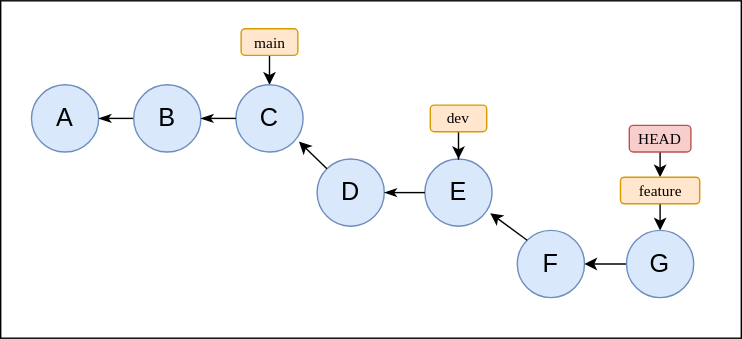
Earlier version of the draw.io export public/diagrams/git-branch-basic.svg (datkumar/code-journal). Source tidied: cells renumbered, new cells last; positions are measured from the earlier drawing's top-left corner, leaving out a move shared by most shapes. The source it was exported from:
```xml
<mxGraphModel>
  <root>
    <mxCell id="0" />
    <mxCell id="1" parent="0" />
    <mxCell id="2" style="rounded=0;whiteSpace=wrap;html=1;fillStyle=solid;fillColor=light-dark(#FFFFFF,#FFFFFF);" parent="1" vertex="1">
      <mxGeometry width="529" height="241" as="geometry" />
    </mxCell>
    <mxCell id="3" value="A" style="ellipse;whiteSpace=wrap;html=1;fillColor=#dae8fc;strokeColor=#6c8ebf;fontSize=18;" parent="1" vertex="1">
      <mxGeometry x="22" y="60" width="48" height="48" as="geometry" />
    </mxCell>
    <mxCell id="4" style="endArrow=classicThin;html=1;rounded=0;exitX=0;exitY=0.5;exitDx=0;exitDy=0;entryX=1;entryY=0.5;entryDx=0;entryDy=0;endFill=1;" parent="1" edge="1" source="11" target="3">
      <mxGeometry relative="1" as="geometry" />
    </mxCell>
    <mxCell id="5" style="edgeStyle=orthogonalEdgeStyle;rounded=0;jettySize=auto;html=1;exitX=0.5;exitY=1;exitDx=0;exitDy=0;entryX=0.5;entryY=0;entryDx=0;entryDy=0;" parent="1" edge="1" source="6" target="10">
      <mxGeometry relative="1" as="geometry" />
    </mxCell>
    <mxCell id="6" value="&lt;font&gt;HEAD&lt;/font&gt;" style="rounded=1;whiteSpace=wrap;html=1;fillColor=#f8cecc;strokeColor=#b85450;fontFamily=Fira Code;fontSize=11;align=center;verticalAlign=middle;" parent="1" vertex="1">
      <mxGeometry x="449" y="89" width="44" height="19" as="geometry" />
    </mxCell>
    <mxCell id="7" style="edgeStyle=orthogonalEdgeStyle;rounded=0;jettySize=auto;html=1;exitX=0.5;exitY=1;exitDx=0;exitDy=0;" parent="1" edge="1" source="8" target="12">
      <mxGeometry relative="1" as="geometry" />
    </mxCell>
    <mxCell id="8" value="&lt;font&gt;main&lt;/font&gt;" style="rounded=1;whiteSpace=wrap;html=1;fillColor=#ffe6cc;strokeColor=#d79b00;fontFamily=Fira Code;fontSize=11;align=center;verticalAlign=middle;" parent="1" vertex="1">
      <mxGeometry x="171.8" y="20" width="40.5" height="19" as="geometry" />
    </mxCell>
    <mxCell id="9" style="edgeStyle=orthogonalEdgeStyle;rounded=0;jettySize=auto;html=1;exitX=0.5;exitY=1;exitDx=0;exitDy=0;entryX=0.5;entryY=0;entryDx=0;entryDy=0;" parent="1" edge="1" source="10" target="22">
      <mxGeometry relative="1" as="geometry" />
    </mxCell>
    <mxCell id="10" value="&lt;font&gt;feature&lt;/font&gt;" style="rounded=1;whiteSpace=wrap;html=1;fillColor=#ffe6cc;strokeColor=#d79b00;fontFamily=Fira Code;fontSize=11;align=center;verticalAlign=middle;" parent="1" vertex="1">
      <mxGeometry x="442.7" y="126" width="56.6" height="19" as="geometry" />
    </mxCell>
    <mxCell id="11" value="B" style="ellipse;whiteSpace=wrap;html=1;fillColor=#dae8fc;strokeColor=#6c8ebf;fontSize=18;" parent="1" vertex="1">
      <mxGeometry x="95" y="60" width="48" height="48" as="geometry" />
    </mxCell>
    <mxCell id="12" value="C" style="ellipse;whiteSpace=wrap;html=1;fillColor=#dae8fc;strokeColor=#6c8ebf;fontSize=18;" parent="1" vertex="1">
      <mxGeometry x="168" y="60" width="48" height="48" as="geometry" />
    </mxCell>
    <mxCell id="13" style="endArrow=classicThin;html=1;rounded=0;exitX=0;exitY=0.5;exitDx=0;exitDy=0;entryX=1;entryY=0.5;entryDx=0;entryDy=0;endFill=1;" parent="1" edge="1" source="12" target="11">
      <mxGeometry relative="1" as="geometry" />
    </mxCell>
    <mxCell id="14" value="D" style="ellipse;whiteSpace=wrap;html=1;fillColor=#dae8fc;strokeColor=#6c8ebf;fontSize=18;" parent="1" vertex="1">
      <mxGeometry x="226" y="113" width="48" height="48" as="geometry" />
    </mxCell>
    <mxCell id="15" value="E" style="ellipse;whiteSpace=wrap;html=1;fillColor=#dae8fc;strokeColor=#6c8ebf;fontSize=18;" parent="1" vertex="1">
      <mxGeometry x="303" y="113" width="48" height="48" as="geometry" />
    </mxCell>
    <mxCell id="16" style="endArrow=classicThin;html=1;rounded=0;exitX=0;exitY=0.5;exitDx=0;exitDy=0;entryX=1;entryY=0.5;entryDx=0;entryDy=0;endFill=1;" parent="1" edge="1" source="15" target="14">
      <mxGeometry relative="1" as="geometry" />
    </mxCell>
    <mxCell id="17" style="rounded=0;jettySize=auto;html=1;exitX=0;exitY=0;exitDx=0;exitDy=0;entryX=0.938;entryY=0.844;entryDx=0;entryDy=0;entryPerimeter=0;" parent="1" edge="1" source="14" target="12">
      <mxGeometry relative="1" as="geometry" />
    </mxCell>
    <mxCell id="18" style="edgeStyle=orthogonalEdgeStyle;rounded=0;jettySize=auto;html=1;exitX=0.5;exitY=1;exitDx=0;exitDy=0;" parent="1" edge="1" source="19" target="15">
      <mxGeometry relative="1" as="geometry" />
    </mxCell>
    <mxCell id="19" value="&lt;font&gt;dev&lt;/font&gt;" style="rounded=1;whiteSpace=wrap;html=1;fillColor=#ffe6cc;strokeColor=#d79b00;fontFamily=Fira Code;fontSize=11;align=center;verticalAlign=middle;" parent="1" vertex="1">
      <mxGeometry x="306.8" y="74.5" width="40.3" height="19" as="geometry" />
    </mxCell>
    <mxCell id="20" value="F" style="ellipse;whiteSpace=wrap;html=1;fillColor=#dae8fc;strokeColor=#6c8ebf;fontSize=18;" parent="1" vertex="1">
      <mxGeometry x="369" y="164" width="48" height="48" as="geometry" />
    </mxCell>
    <mxCell id="21" style="rounded=0;jettySize=auto;html=1;exitX=0;exitY=0.5;exitDx=0;exitDy=0;entryX=1;entryY=0.5;entryDx=0;entryDy=0;" parent="1" edge="1" source="22" target="20">
      <mxGeometry relative="1" as="geometry" />
    </mxCell>
    <mxCell id="22" value="G" style="ellipse;whiteSpace=wrap;html=1;fillColor=#dae8fc;strokeColor=#6c8ebf;fontSize=18;" parent="1" vertex="1">
      <mxGeometry x="447" y="164" width="48" height="48" as="geometry" />
    </mxCell>
    <mxCell id="23" style="rounded=0;jettySize=auto;html=1;exitX=0;exitY=0;exitDx=0;exitDy=0;entryX=0.972;entryY=0.806;entryDx=0;entryDy=0;entryPerimeter=0;" parent="1" edge="1" source="20" target="15">
      <mxGeometry relative="1" as="geometry" />
    </mxCell>
  </root>
</mxGraphModel>
```
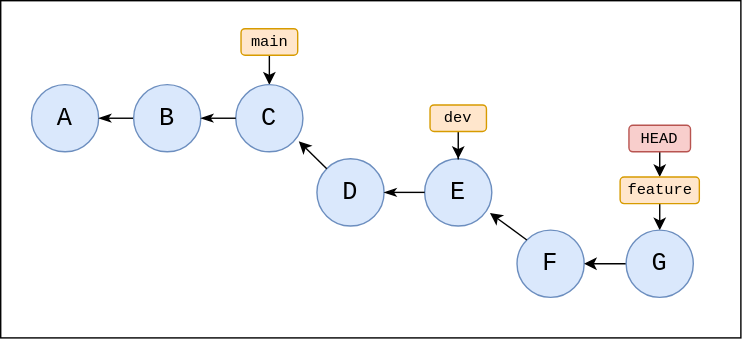
After the commit.

Change to the diagram source:
```diff
@@ -2,70 +2,70 @@
   <root>
     <mxCell id="0" />
     <mxCell id="1" parent="0" />
-    <mxCell id="2" style="rounded=0;whiteSpace=wrap;html=1;fillStyle=solid;fillColor=light-dark(#FFFFFF,#FFFFFF);" parent="1" vertex="1">
+    <mxCell id="2" style="rounded=0;whiteSpace=wrap;html=1;fillStyle=solid;fillColor=light-dark(#FFFFFF,#FFFFFF);fontFamily=monospace;fontColor=light-dark(#000000,#000000);" parent="1" vertex="1">
       <mxGeometry width="529" height="241" as="geometry" />
     </mxCell>
-    <mxCell id="3" value="A" style="ellipse;whiteSpace=wrap;html=1;fillColor=#dae8fc;strokeColor=#6c8ebf;fontSize=18;" parent="1" vertex="1">
+    <mxCell id="3" value="A" style="ellipse;whiteSpace=wrap;html=1;fillColor=#dae8fc;strokeColor=#6c8ebf;fontSize=18;fontFamily=monospace;fontColor=light-dark(#000000,#000000);" parent="1" vertex="1">
       <mxGeometry x="22" y="60" width="48" height="48" as="geometry" />
     </mxCell>
-    <mxCell id="4" style="endArrow=classicThin;html=1;rounded=0;exitX=0;exitY=0.5;exitDx=0;exitDy=0;entryX=1;entryY=0.5;entryDx=0;entryDy=0;endFill=1;" parent="1" edge="1" source="11" target="3">
+    <mxCell id="4" style="endArrow=classicThin;html=1;rounded=0;exitX=0;exitY=0.5;exitDx=0;exitDy=0;entryX=1;entryY=0.5;entryDx=0;entryDy=0;endFill=1;fontFamily=monospace;fontColor=light-dark(#000000,#000000);" parent="1" edge="1" source="11" target="3">
       <mxGeometry relative="1" as="geometry" />
     </mxCell>
-    <mxCell id="5" style="edgeStyle=orthogonalEdgeStyle;rounded=0;jettySize=auto;html=1;exitX=0.5;exitY=1;exitDx=0;exitDy=0;entryX=0.5;entryY=0;entryDx=0;entryDy=0;" parent="1" edge="1" source="6" target="10">
+    <mxCell id="5" style="edgeStyle=orthogonalEdgeStyle;rounded=0;jettySize=auto;html=1;exitX=0.5;exitY=1;exitDx=0;exitDy=0;entryX=0.5;entryY=0;entryDx=0;entryDy=0;fontFamily=monospace;fontColor=light-dark(#000000,#000000);" parent="1" edge="1" source="6" target="10">
       <mxGeometry relative="1" as="geometry" />
     </mxCell>
-    <mxCell id="6" value="&lt;font&gt;HEAD&lt;/font&gt;" style="rounded=1;whiteSpace=wrap;html=1;fillColor=#f8cecc;strokeColor=#b85450;fontFamily=Fira Code;fontSize=11;align=center;verticalAlign=middle;" parent="1" vertex="1">
+    <mxCell id="6" value="&lt;font&gt;HEAD&lt;/font&gt;" style="rounded=1;whiteSpace=wrap;html=1;fillColor=#f8cecc;strokeColor=#b85450;fontFamily=monospace;fontSize=11;align=center;verticalAlign=middle;fontColor=light-dark(#000000,#000000);" parent="1" vertex="1">
       <mxGeometry x="449" y="89" width="44" height="19" as="geometry" />
     </mxCell>
-    <mxCell id="7" style="edgeStyle=orthogonalEdgeStyle;rounded=0;jettySize=auto;html=1;exitX=0.5;exitY=1;exitDx=0;exitDy=0;" parent="1" edge="1" source="8" target="12">
+    <mxCell id="7" style="edgeStyle=orthogonalEdgeStyle;rounded=0;jettySize=auto;html=1;exitX=0.5;exitY=1;exitDx=0;exitDy=0;fontFamily=monospace;fontColor=light-dark(#000000,#000000);" parent="1" edge="1" source="8" target="12">
       <mxGeometry relative="1" as="geometry" />
     </mxCell>
-    <mxCell id="8" value="&lt;font&gt;main&lt;/font&gt;" style="rounded=1;whiteSpace=wrap;html=1;fillColor=#ffe6cc;strokeColor=#d79b00;fontFamily=Fira Code;fontSize=11;align=center;verticalAlign=middle;" parent="1" vertex="1">
+    <mxCell id="8" value="&lt;font&gt;main&lt;/font&gt;" style="rounded=1;whiteSpace=wrap;html=1;fillColor=#ffe6cc;strokeColor=#d79b00;fontFamily=monospace;fontSize=11;align=center;verticalAlign=middle;fontColor=light-dark(#000000,#000000);" parent="1" vertex="1">
       <mxGeometry x="171.8" y="20" width="40.5" height="19" as="geometry" />
     </mxCell>
-    <mxCell id="9" style="edgeStyle=orthogonalEdgeStyle;rounded=0;jettySize=auto;html=1;exitX=0.5;exitY=1;exitDx=0;exitDy=0;entryX=0.5;entryY=0;entryDx=0;entryDy=0;" parent="1" edge="1" source="10" target="22">
+    <mxCell id="9" style="edgeStyle=orthogonalEdgeStyle;rounded=0;jettySize=auto;html=1;exitX=0.5;exitY=1;exitDx=0;exitDy=0;entryX=0.5;entryY=0;entryDx=0;entryDy=0;fontFamily=monospace;fontColor=light-dark(#000000,#000000);" parent="1" edge="1" source="10" target="22">
       <mxGeometry relative="1" as="geometry" />
     </mxCell>
-    <mxCell id="10" value="&lt;font&gt;feature&lt;/font&gt;" style="rounded=1;whiteSpace=wrap;html=1;fillColor=#ffe6cc;strokeColor=#d79b00;fontFamily=Fira Code;fontSize=11;align=center;verticalAlign=middle;" parent="1" vertex="1">
+    <mxCell id="10" value="&lt;font&gt;feature&lt;/font&gt;" style="rounded=1;whiteSpace=wrap;html=1;fillColor=#ffe6cc;strokeColor=#d79b00;fontFamily=monospace;fontSize=11;align=center;verticalAlign=middle;fontColor=light-dark(#000000,#000000);" parent="1" vertex="1">
       <mxGeometry x="442.7" y="126" width="56.6" height="19" as="geometry" />
     </mxCell>
-    <mxCell id="11" value="B" style="ellipse;whiteSpace=wrap;html=1;fillColor=#dae8fc;strokeColor=#6c8ebf;fontSize=18;" parent="1" vertex="1">
+    <mxCell id="11" value="B" style="ellipse;whiteSpace=wrap;html=1;fillColor=#dae8fc;strokeColor=#6c8ebf;fontSize=18;fontFamily=monospace;fontColor=light-dark(#000000,#000000);" parent="1" vertex="1">
       <mxGeometry x="95" y="60" width="48" height="48" as="geometry" />
     </mxCell>
-    <mxCell id="12" value="C" style="ellipse;whiteSpace=wrap;html=1;fillColor=#dae8fc;strokeColor=#6c8ebf;fontSize=18;" parent="1" vertex="1">
+    <mxCell id="12" value="C" style="ellipse;whiteSpace=wrap;html=1;fillColor=#dae8fc;strokeColor=#6c8ebf;fontSize=18;fontFamily=monospace;fontColor=light-dark(#000000,#000000);" parent="1" vertex="1">
       <mxGeometry x="168" y="60" width="48" height="48" as="geometry" />
     </mxCell>
-    <mxCell id="13" style="endArrow=classicThin;html=1;rounded=0;exitX=0;exitY=0.5;exitDx=0;exitDy=0;entryX=1;entryY=0.5;entryDx=0;entryDy=0;endFill=1;" parent="1" edge="1" source="12" target="11">
+    <mxCell id="13" style="endArrow=classicThin;html=1;rounded=0;exitX=0;exitY=0.5;exitDx=0;exitDy=0;entryX=1;entryY=0.5;entryDx=0;entryDy=0;endFill=1;fontFamily=monospace;fontColor=light-dark(#000000,#000000);" parent="1" edge="1" source="12" target="11">
       <mxGeometry relative="1" as="geometry" />
     </mxCell>
-    <mxCell id="14" value="D" style="ellipse;whiteSpace=wrap;html=1;fillColor=#dae8fc;strokeColor=#6c8ebf;fontSize=18;" parent="1" vertex="1">
+    <mxCell id="14" value="D" style="ellipse;whiteSpace=wrap;html=1;fillColor=#dae8fc;strokeColor=#6c8ebf;fontSize=18;fontFamily=monospace;fontColor=light-dark(#000000,#000000);" parent="1" vertex="1">
       <mxGeometry x="226" y="113" width="48" height="48" as="geometry" />
     </mxCell>
-    <mxCell id="15" value="E" style="ellipse;whiteSpace=wrap;html=1;fillColor=#dae8fc;strokeColor=#6c8ebf;fontSize=18;" parent="1" vertex="1">
+    <mxCell id="15" value="E" style="ellipse;whiteSpace=wrap;html=1;fillColor=#dae8fc;strokeColor=#6c8ebf;fontSize=18;fontFamily=monospace;fontColor=light-dark(#000000,#000000);" parent="1" vertex="1">
       <mxGeometry x="303" y="113" width="48" height="48" as="geometry" />
     </mxCell>
-    <mxCell id="16" style="endArrow=classicThin;html=1;rounded=0;exitX=0;exitY=0.5;exitDx=0;exitDy=0;entryX=1;entryY=0.5;entryDx=0;entryDy=0;endFill=1;" parent="1" edge="1" source="15" target="14">
+    <mxCell id="16" style="endArrow=classicThin;html=1;rounded=0;exitX=0;exitY=0.5;exitDx=0;exitDy=0;entryX=1;entryY=0.5;entryDx=0;entryDy=0;endFill=1;fontFamily=monospace;fontColor=light-dark(#000000,#000000);" parent="1" edge="1" source="15" target="14">
       <mxGeometry relative="1" as="geometry" />
     </mxCell>
-    <mxCell id="17" style="rounded=0;jettySize=auto;html=1;exitX=0;exitY=0;exitDx=0;exitDy=0;entryX=0.938;entryY=0.844;entryDx=0;entryDy=0;entryPerimeter=0;" parent="1" edge="1" source="14" target="12">
+    <mxCell id="17" style="rounded=0;jettySize=auto;html=1;exitX=0;exitY=0;exitDx=0;exitDy=0;entryX=0.938;entryY=0.844;entryDx=0;entryDy=0;entryPerimeter=0;fontFamily=monospace;fontColor=light-dark(#000000,#000000);" parent="1" edge="1" source="14" target="12">
       <mxGeometry relative="1" as="geometry" />
     </mxCell>
-    <mxCell id="18" style="edgeStyle=orthogonalEdgeStyle;rounded=0;jettySize=auto;html=1;exitX=0.5;exitY=1;exitDx=0;exitDy=0;" parent="1" edge="1" source="19" target="15">
+    <mxCell id="18" style="edgeStyle=orthogonalEdgeStyle;rounded=0;jettySize=auto;html=1;exitX=0.5;exitY=1;exitDx=0;exitDy=0;fontFamily=monospace;fontColor=light-dark(#000000,#000000);" parent="1" edge="1" source="19" target="15">
       <mxGeometry relative="1" as="geometry" />
     </mxCell>
-    <mxCell id="19" value="&lt;font&gt;dev&lt;/font&gt;" style="rounded=1;whiteSpace=wrap;html=1;fillColor=#ffe6cc;strokeColor=#d79b00;fontFamily=Fira Code;fontSize=11;align=center;verticalAlign=middle;" parent="1" vertex="1">
+    <mxCell id="19" value="&lt;font&gt;dev&lt;/font&gt;" style="rounded=1;whiteSpace=wrap;html=1;fillColor=#ffe6cc;strokeColor=#d79b00;fontFamily=monospace;fontSize=11;align=center;verticalAlign=middle;fontColor=light-dark(#000000,#000000);" parent="1" vertex="1">
       <mxGeometry x="306.8" y="74.5" width="40.3" height="19" as="geometry" />
     </mxCell>
-    <mxCell id="20" value="F" style="ellipse;whiteSpace=wrap;html=1;fillColor=#dae8fc;strokeColor=#6c8ebf;fontSize=18;" parent="1" vertex="1">
+    <mxCell id="20" value="F" style="ellipse;whiteSpace=wrap;html=1;fillColor=#dae8fc;strokeColor=#6c8ebf;fontSize=18;fontFamily=monospace;fontColor=light-dark(#000000,#000000);" parent="1" vertex="1">
       <mxGeometry x="369" y="164" width="48" height="48" as="geometry" />
     </mxCell>
-    <mxCell id="21" style="rounded=0;jettySize=auto;html=1;exitX=0;exitY=0.5;exitDx=0;exitDy=0;entryX=1;entryY=0.5;entryDx=0;entryDy=0;" parent="1" edge="1" source="22" target="20">
+    <mxCell id="21" style="rounded=0;jettySize=auto;html=1;exitX=0;exitY=0.5;exitDx=0;exitDy=0;entryX=1;entryY=0.5;entryDx=0;entryDy=0;fontFamily=monospace;fontColor=light-dark(#000000,#000000);" parent="1" edge="1" source="22" target="20">
       <mxGeometry relative="1" as="geometry" />
     </mxCell>
-    <mxCell id="22" value="G" style="ellipse;whiteSpace=wrap;html=1;fillColor=#dae8fc;strokeColor=#6c8ebf;fontSize=18;" parent="1" vertex="1">
+    <mxCell id="22" value="G" style="ellipse;whiteSpace=wrap;html=1;fillColor=#dae8fc;strokeColor=#6c8ebf;fontSize=18;fontFamily=monospace;fontColor=light-dark(#000000,#000000);" parent="1" vertex="1">
       <mxGeometry x="447" y="164" width="48" height="48" as="geometry" />
     </mxCell>
-    <mxCell id="23" style="rounded=0;jettySize=auto;html=1;exitX=0;exitY=0;exitDx=0;exitDy=0;entryX=0.972;entryY=0.806;entryDx=0;entryDy=0;entryPerimeter=0;" parent="1" edge="1" source="20" target="15">
+    <mxCell id="23" style="rounded=0;jettySize=auto;html=1;exitX=0;exitY=0;exitDx=0;exitDy=0;entryX=0.972;entryY=0.806;entryDx=0;entryDy=0;entryPerimeter=0;fontFamily=monospace;fontColor=light-dark(#000000,#000000);" parent="1" edge="1" source="20" target="15">
       <mxGeometry relative="1" as="geometry" />
     </mxCell>
   </root>
```
